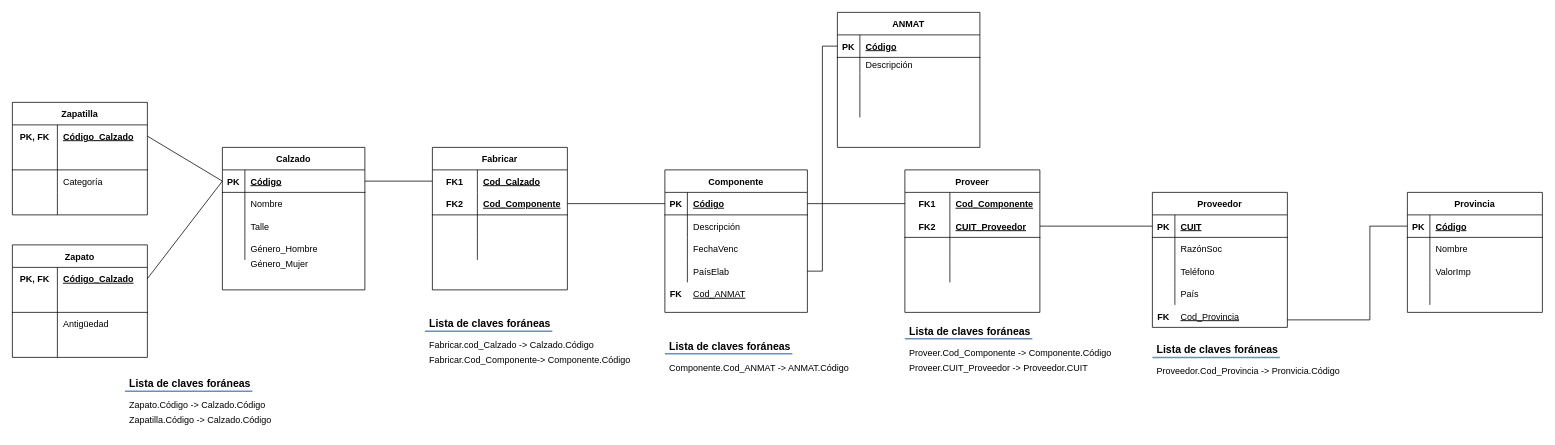
This is Leandro Cantero - Parcial (MR).drawio from LeandroCantero/BaseDeDatos-Unahur, a draw.io file, before an edit. Source tidied: cells renumbered, new cells numbered last; positions are measured from the earlier drawing's top-left corner, leaving out a move shared by most shapes. Both pictures are drawn from the tidied source at 75%, with x=0, y=0 at pixel (12, 12).
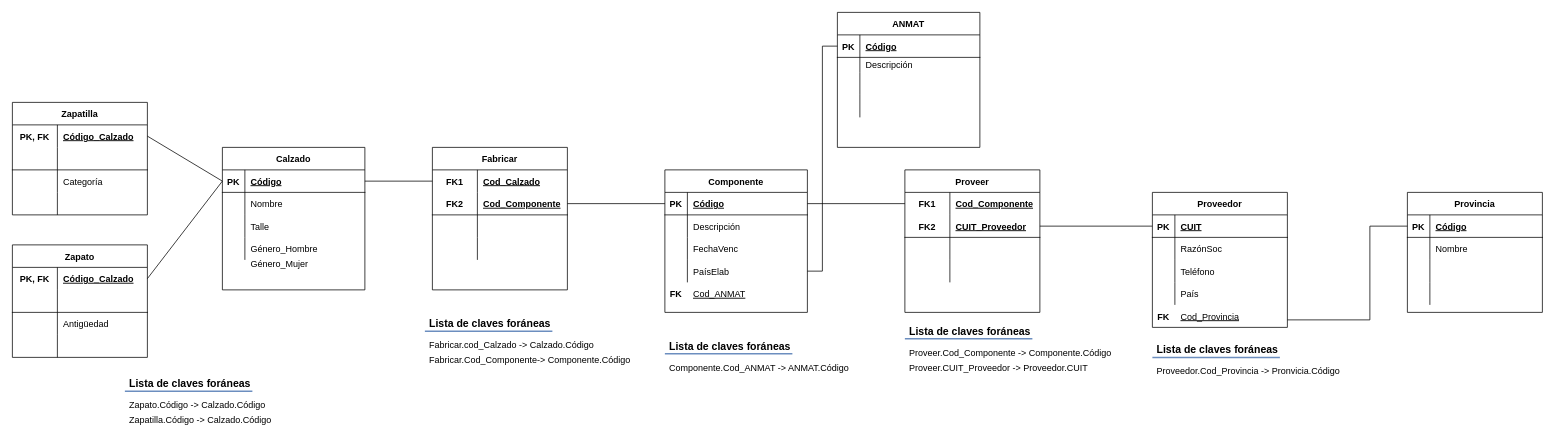
Above is the later version.

The change refers to these unchanged cells:
```xml
<mxCell id="137" style="shape=tableRow;horizontal=0;startSize=0;swimlaneHead=0;swimlaneBody=0;fillColor=none;top=0;left=0;right=0;bottom=0;fontSize=12;strokeWidth=1;" parent="130" vertex="1">
  <mxGeometry y="90" width="180" height="30" as="geometry" />
</mxCell>
```

The edit, as a diff of the source:
```diff
@@
-    <mxCell id="139" value="ValorImp" style="shape=partialRectangle;fillColor=none;top=0;left=0;bottom=0;right=0;align=left;spacingLeft=6;overflow=hidden;fontSize=12;strokeWidth=1;" parent="137" vertex="1">
+    <mxCell id="139" style="shape=partialRectangle;fillColor=none;top=0;left=0;bottom=0;right=0;align=left;spacingLeft=6;overflow=hidden;fontSize=12;strokeWidth=1;" parent="137" vertex="1">
       <mxGeometry x="30" width="150" height="30" as="geometry" />
     </mxCell>
```
